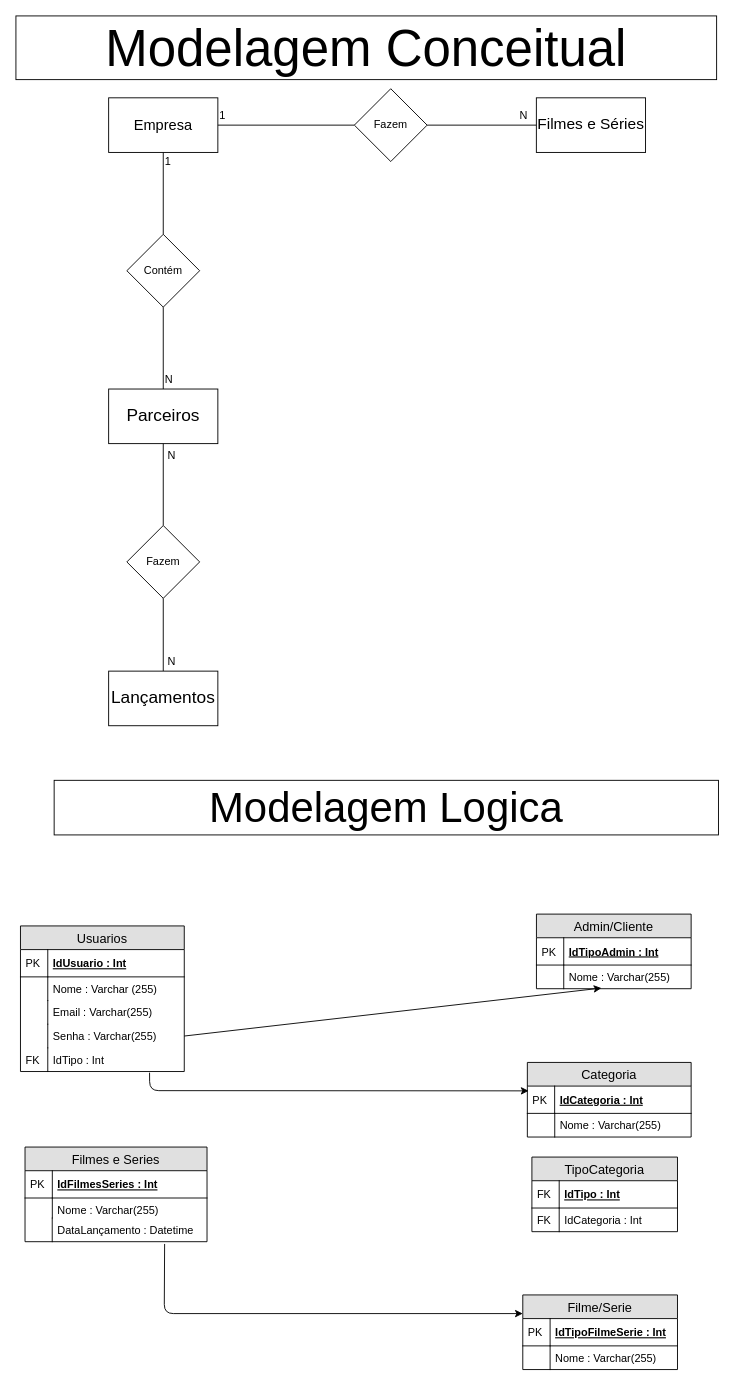
Earlier version of the draw.io diagram OPFlix.drawio (Melegaro-SENAI/s2019-sprint-1-bd_OPFlix). Source tidied: cells renumbered, new cells numbered last; positions are measured from the earlier drawing's top-left corner, leaving out a move shared by most shapes. Both pictures are drawn from the tidied source at 91%, with x=0, y=0 at pixel (15, 15).
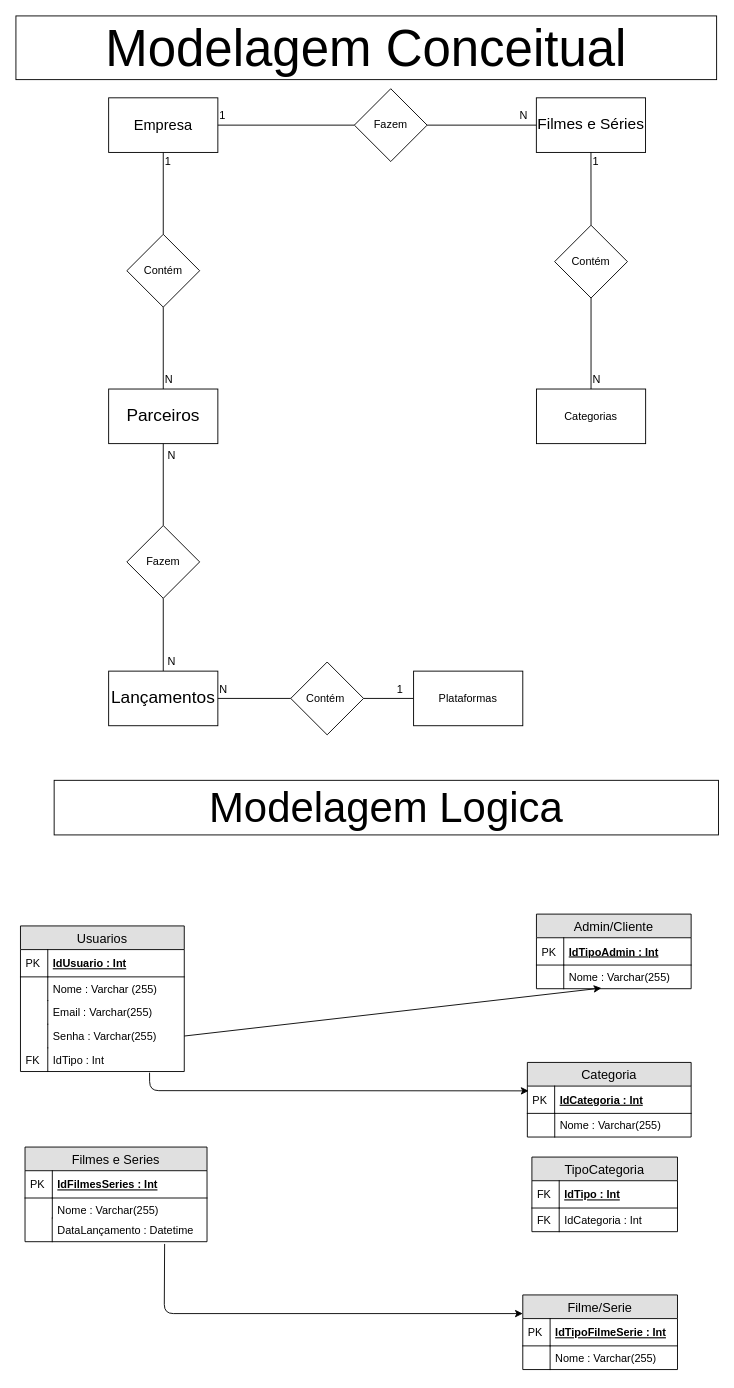
The same page after the edit.

Unchanged cells that the change refers to:
```xml
<mxCell id="8" value="&lt;font style=&quot;font-size: 17px&quot;&gt;Filmes e Séries&lt;/font&gt;" style="rounded=0;whiteSpace=wrap;html=1;" parent="1" vertex="1">
  <mxGeometry x="571.9" y="90" width="120" height="60" as="geometry" />
</mxCell>
<mxCell id="14" value="&lt;font style=&quot;font-size: 19px&quot;&gt;Lançamentos&lt;/font&gt;" style="rounded=0;whiteSpace=wrap;html=1;" parent="1" vertex="1">
  <mxGeometry x="101.9" y="720" width="120" height="60" as="geometry" />
</mxCell>
```

Diff of the diagram source:
```diff
@@
+    <mxCell id="64" value="Categorias" style="rounded=0;whiteSpace=wrap;html=1;" parent="1" vertex="1">
+      <mxGeometry x="572" y="410" width="120" height="60" as="geometry" />
+    </mxCell>
+    <mxCell id="65" style="endArrow=none;html=1;exitX=0.5;exitY=0;exitDx=0;exitDy=0;entryX=0.5;entryY=1;entryDx=0;entryDy=0;" parent="1" edge="1" source="67" target="8">
+      <mxGeometry relative="1" as="geometry" />
+    </mxCell>
+    <mxCell id="66" style="endArrow=none;html=1;entryX=0.5;entryY=0;entryDx=0;entryDy=0;exitX=0.5;exitY=1;exitDx=0;exitDy=0;" parent="1" edge="1" source="67" target="64">
+      <mxGeometry relative="1" as="geometry" />
+    </mxCell>
+    <mxCell id="67" value="Contém" style="rhombus;whiteSpace=wrap;html=1;" parent="1" vertex="1">
+      <mxGeometry x="592" y="230" width="80" height="80" as="geometry" />
+    </mxCell>
+    <mxCell id="68" value="1" style="text;html=1;align=left;verticalAlign=top;spacingTop=-4;" parent="1" vertex="1">
+      <mxGeometry x="632" y="150" width="20" height="20" as="geometry" />
+    </mxCell>
+    <mxCell id="69" value="N" style="text;html=1;align=left;verticalAlign=top;spacingTop=-4;" parent="1" vertex="1">
+      <mxGeometry x="632" y="390" width="20" height="20" as="geometry" />
+    </mxCell>
+    <mxCell id="70" value="Contém&amp;nbsp;" style="rhombus;whiteSpace=wrap;html=1;" parent="1" vertex="1">
+      <mxGeometry x="302" y="710" width="80" height="80" as="geometry" />
+    </mxCell>
+    <mxCell id="71" style="endArrow=none;html=1;entryX=0;entryY=0.5;entryDx=0;entryDy=0;exitX=1;exitY=0.5;exitDx=0;exitDy=0;" parent="1" edge="1" source="70" target="73">
+      <mxGeometry relative="1" as="geometry" />
+    </mxCell>
+    <mxCell id="72" style="endArrow=none;html=1;exitX=0;exitY=0.5;exitDx=0;exitDy=0;entryX=1;entryY=0.5;entryDx=0;entryDy=0;" parent="1" edge="1" source="70" target="14">
+      <mxGeometry relative="1" as="geometry" />
+    </mxCell>
+    <mxCell id="73" value="Plataformas" style="rounded=0;whiteSpace=wrap;html=1;" parent="1" vertex="1">
+      <mxGeometry x="437" y="720" width="120" height="60" as="geometry" />
+    </mxCell>
+    <mxCell id="74" value="1" style="text;html=1;align=left;verticalAlign=top;spacingTop=-4;" parent="1" vertex="1">
+      <mxGeometry x="417" y="730" width="20" height="20" as="geometry" />
+    </mxCell>
+    <mxCell id="75" value="N" style="text;html=1;align=left;verticalAlign=top;spacingTop=-4;" parent="1" vertex="1">
+      <mxGeometry x="222" y="730" width="20" height="20" as="geometry" />
+    </mxCell>
```
